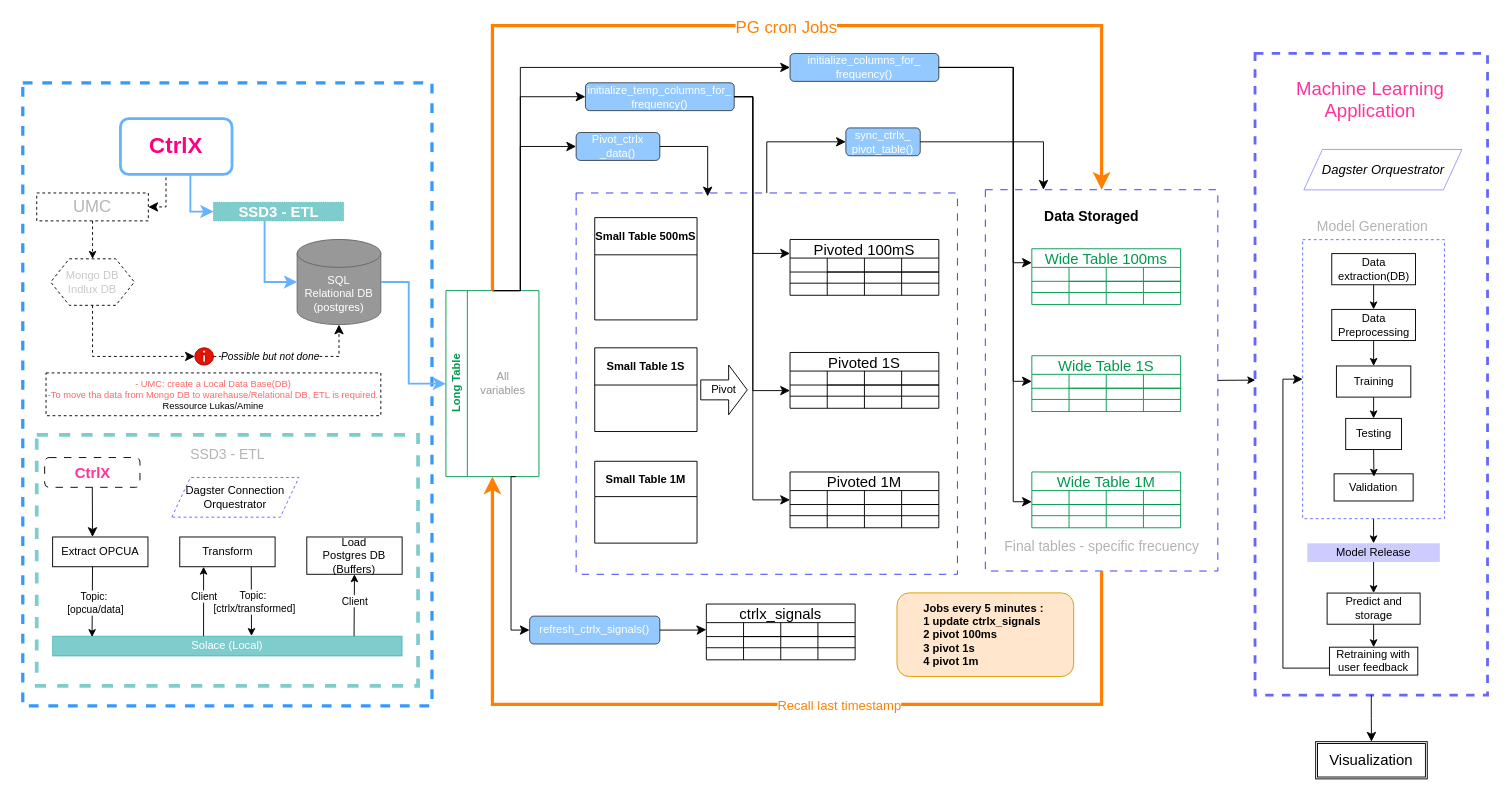
Before: images/dataflows.drawio in manuelcaipocc/etl-data-streaming, a draw.io diagram. Source tidied: cells renumbered, new cells numbered last; positions are measured from the earlier drawing's top-left corner, leaving out a move shared by most shapes. Both pictures are drawn from the tidied source at 93%, with x=0, y=0 at pixel (22, 25).
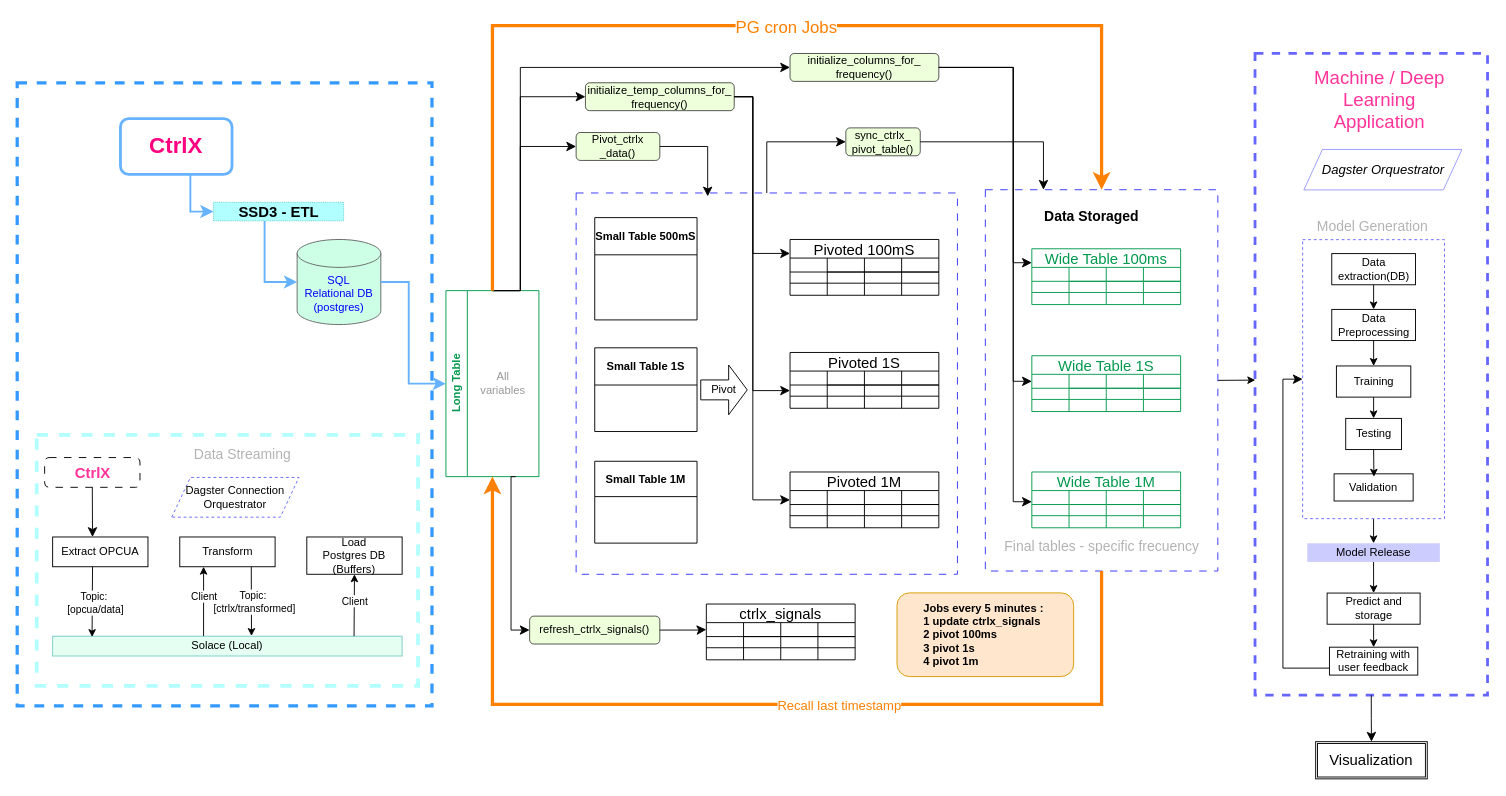
The same page after the edit.

Unchanged cells that the change refers to:
```xml
<mxCell id="131" style="group;" parent="1" vertex="1">
  <mxGeometry x="15" y="440" width="410" height="270" as="geometry" />
</mxCell>
```

Diff of the diagram source:
```diff
@@
+    <mxCell id="3" style="rounded=0;whiteSpace=wrap;html=1;strokeColor=#3399FF;strokeWidth=3.5;dashed=1;" parent="1" vertex="1">
+      <mxGeometry x="-6" y="61.5" width="446" height="670" as="geometry" />
+    </mxCell>
@@
-    <mxCell id="3" style="rounded=0;whiteSpace=wrap;html=1;strokeColor=#3399FF;strokeWidth=3.5;dashed=1;" parent="1" vertex="1">
-      <mxGeometry y="61.5" width="440" height="670" as="geometry" />
-    </mxCell>
@@
-    <mxCell id="79" value="refresh_ctrlx_signals()" style="rounded=1;html=1;fillColor=#66B2FF;whiteSpace=wrap;fontColor=#FFFFFF;opacity=70;" parent="1" vertex="1">
+    <mxCell id="79" value="refresh_ctrlx_signals()" style="rounded=1;html=1;fillColor=#E6FFCC;whiteSpace=wrap;fontColor=#000000;opacity=70;" parent="1" vertex="1">
       <mxGeometry x="545" y="635" width="140" height="30" as="geometry" />
     </mxCell>
-    <mxCell id="80" value="initialize_temp_columns_for_&lt;br&gt;frequency()" style="rounded=1;html=1;fillColor=#66B2FF;whiteSpace=wrap;fontColor=#FFFFFF;opacity=70;" parent="1" vertex="1">
+    <mxCell id="80" value="initialize_temp_columns_for_&lt;br&gt;frequency()" style="rounded=1;html=1;fillColor=#E6FFCC;whiteSpace=wrap;fontColor=#000000;opacity=70;" parent="1" vertex="1">
       <mxGeometry x="605" y="61.5" width="160" height="30" as="geometry" />
     </mxCell>
-    <mxCell id="81" value="initialize_columns_for_&lt;br&gt;frequency()" style="rounded=1;html=1;fillColor=#66B2FF;whiteSpace=wrap;fontColor=#FFFFFF;opacity=70;" parent="1" vertex="1">
+    <mxCell id="81" value="initialize_columns_for_&lt;br&gt;frequency()" style="rounded=1;html=1;fillColor=#E6FFCC;whiteSpace=wrap;fontColor=#000000;opacity=70;" parent="1" vertex="1">
       <mxGeometry x="825" y="30" width="160" height="30" as="geometry" />
     </mxCell>
@@
-    <mxCell id="85" value="Pivot_ctrlx&lt;br&gt;_data()" style="rounded=1;html=1;fillColor=#66B2FF;whiteSpace=wrap;fontColor=#FFFFFF;opacity=70;" parent="1" vertex="1">
+    <mxCell id="85" value="Pivot_ctrlx&lt;br&gt;_data()" style="rounded=1;html=1;fillColor=#E6FFCC;whiteSpace=wrap;fontColor=#000000;opacity=70;" parent="1" vertex="1">
       <mxGeometry x="595" y="115" width="90" height="30" as="geometry" />
     </mxCell>
-    <mxCell id="86" value="sync_ctrlx_&lt;br&gt;pivot_table()" style="rounded=1;html=1;fillColor=#66B2FF;whiteSpace=wrap;fontColor=#FFFFFF;opacity=70;" parent="1" vertex="1">
+    <mxCell id="86" value="sync_ctrlx_&lt;br&gt;pivot_table()" style="rounded=1;html=1;fillColor=#E6FFCC;whiteSpace=wrap;fontColor=#000000;opacity=70;" parent="1" vertex="1">
       <mxGeometry x="885" y="110" width="80" height="30" as="geometry" />
     </mxCell>
@@
-    <mxCell id="94" style="edgeStyle=none;html=1;exitX=0.5;exitY=1;exitDx=0;exitDy=0;entryX=0.5;entryY=0;entryDx=0;entryDy=0;dashed=1;" parent="1" edge="1" source="95" target="96">
-      <mxGeometry relative="1" as="geometry" />
-    </mxCell>
-    <mxCell id="95" value="&lt;font style=&quot;font-size: 18px; color: rgb(181, 181, 181);&quot;&gt;UMC&lt;/font&gt;" style="rounded=0;whiteSpace=wrap;html=1;dashed=1;" parent="1" vertex="1">
-      <mxGeometry x="15" y="180" width="120" height="30" as="geometry" />
-    </mxCell>
-    <mxCell id="96" value="&lt;font style=&quot;color: rgb(201, 201, 201);&quot;&gt;Mongo DB&lt;br&gt;Indlux DB&lt;/font&gt;" style="shape=hexagon;perimeter=hexagonPerimeter2;whiteSpace=wrap;html=1;fixedSize=1;dashed=1;" parent="1" vertex="1">
-      <mxGeometry x="30" y="250.8" width="90" height="50" as="geometry" />
-    </mxCell>
-    <mxCell id="97" value="&lt;font style=&quot;color: rgb(255, 255, 255);&quot;&gt;SQL &lt;br&gt;Relational DB&lt;br&gt;(postgres)&lt;/font&gt;" style="shape=cylinder3;whiteSpace=wrap;html=1;boundedLbl=1;backgroundOutline=1;size=15;fillColor=#989898;fontColor=#333333;strokeColor=#666666;" parent="1" vertex="1">
+    <mxCell id="97" value="&lt;font style=&quot;&quot;&gt;SQL &lt;br&gt;Relational DB&lt;br&gt;(postgres)&lt;/font&gt;" style="shape=cylinder3;whiteSpace=wrap;html=1;boundedLbl=1;backgroundOutline=1;size=15;fillColor=#CCFFE6;fontColor=#0000FF;strokeColor=#666666;" parent="1" vertex="1">
       <mxGeometry x="295" y="230" width="90" height="91.5" as="geometry" />
     </mxCell>
-    <mxCell id="98" value="SSD3 - ETL" style="rounded=0;html=1;fillColor=#009999;strokeColor=#009999;dashed=1;dashPattern=1 1;fontSize=16;fontColor=#FFFFFF;fontStyle=1;opacity=50;" parent="1" vertex="1">
+    <mxCell id="98" value="SSD3 - ETL" style="rounded=0;html=1;fillColor=#66FFFF;strokeColor=#009999;dashed=1;dashPattern=1 1;fontSize=16;fontColor=#000000;fontStyle=1;opacity=50;labelBackgroundColor=none;" parent="1" vertex="1">
       <mxGeometry x="205" y="190" width="140" height="20" as="geometry" />
     </mxCell>
@@
-    <mxCell id="100" style="edgeStyle=elbowEdgeStyle;elbow=horizontal;endArrow=classic;html=1;curved=0;rounded=0;endSize=8;startSize=8;entryX=1;entryY=0.5;entryDx=0;entryDy=0;exitX=0.316;exitY=1.002;exitDx=0;exitDy=0;exitPerimeter=0;dashed=1;" parent="1" edge="1" target="95">
-      <mxGeometry relative="1" as="geometry">
-        <mxPoint x="152.5" y="158.8" as="sourcePoint" />
-        <Array as="points">
-          <mxPoint x="154" y="200" />
-        </Array>
-      </mxGeometry>
-    </mxCell>
@@
-    <mxCell id="102" style="sketch=0;shadow=0;dashed=0;html=1;strokeColor=#B20000;labelPosition=center;verticalLabelPosition=bottom;verticalAlign=top;align=center;fillColor=#e51400;shape=mxgraph.mscae.intune.alerts;fontColor=#ffffff;" parent="1" vertex="1">
-      <mxGeometry x="185" y="346.5" width="20" height="18.5" as="geometry" />
-    </mxCell>
-    <mxCell id="103" style="edgeStyle=elbowEdgeStyle;elbow=horizontal;endArrow=classic;html=1;curved=0;rounded=0;endSize=8;startSize=8;entryX=0;entryY=0.5;entryDx=0;entryDy=0;entryPerimeter=0;dashed=1;exitX=0.5;exitY=1;exitDx=0;exitDy=0;" parent="1" edge="1" source="96" target="102">
-      <mxGeometry relative="1" as="geometry">
-        <Array as="points">
-          <mxPoint x="75" y="330" />
-        </Array>
-      </mxGeometry>
-    </mxCell>
-    <mxCell id="104" style="edgeStyle=elbowEdgeStyle;elbow=horizontal;endArrow=classic;html=1;curved=0;rounded=0;endSize=8;startSize=8;exitX=1;exitY=0.5;exitDx=0;exitDy=0;entryX=0.5;entryY=1;entryDx=0;entryDy=0;entryPerimeter=0;exitPerimeter=0;dashed=1;" parent="1" edge="1" source="102" target="97">
-      <mxGeometry relative="1" as="geometry">
-        <Array as="points">
-          <mxPoint x="340" y="350" />
-        </Array>
-      </mxGeometry>
-    </mxCell>
-    <mxCell id="105" value="&lt;i&gt;Possible but not done&lt;/i&gt;" style="edgeLabel;html=1;align=center;verticalAlign=middle;" parent="104" vertex="1">
-      <mxGeometry x="-0.78" y="2" relative="1" as="geometry">
-        <mxPoint x="41" y="2" as="offset" />
-      </mxGeometry>
-    </mxCell>
-    <mxCell id="106" value="&lt;div&gt;&lt;font style=&quot;color: rgb(255, 102, 102);&quot;&gt;- UMC: create a Local Data Base(DB)&lt;/font&gt;&lt;/div&gt;&lt;div&gt;&lt;span style=&quot;background-color: transparent;&quot;&gt;&lt;font style=&quot;color: rgb(255, 102, 102);&quot;&gt;-To move tha data from Mongo DB to warehause/Relational DB, ETL is required.&lt;/font&gt;&lt;/span&gt;&lt;/div&gt;&lt;div&gt;Ressource Lukas/Amine&lt;/div&gt;" style="rounded=0;whiteSpace=wrap;html=1;dashed=1;fontSize=10;" parent="1" vertex="1">
-      <mxGeometry x="25" y="373.5" width="360" height="46" as="geometry" />
-    </mxCell>
@@
-    <mxCell id="109" value="Machine Learning &lt;br&gt;Application" style="text;html=1;align=center;verticalAlign=middle;whiteSpace=wrap;rounded=0;fontSize=20;fontColor=#FF3399;fillColor=#FFFFFF;gradientColor=none;" parent="1" vertex="1">
-      <mxGeometry x="1354" y="58.5" width="190" height="40" as="geometry" />
+    <mxCell id="109" value="Machine / Deep Learning &lt;br&gt;Application" style="text;html=1;align=center;verticalAlign=middle;whiteSpace=wrap;rounded=0;fontSize=20;fontColor=#FF3399;fillColor=#FFFFFF;gradientColor=none;" parent="1" vertex="1">
+      <mxGeometry x="1364" y="58.5" width="190" height="40" as="geometry" />
     </mxCell>
@@
-    <mxCell id="132" style="rounded=0;whiteSpace=wrap;html=1;dashed=1;strokeColor=#009999;strokeWidth=4;opacity=50;" parent="131" vertex="1">
+    <mxCell id="132" style="rounded=0;whiteSpace=wrap;html=1;dashed=1;strokeColor=#66FFFF;strokeWidth=4;opacity=50;" parent="131" vertex="1">
       <mxGeometry width="410" height="270" as="geometry" />
     </mxCell>
@@
-    <mxCell id="139" value="Solace (Local)" style="rounded=0;whiteSpace=wrap;html=1;fillColor=#009999;strokeColor=#009999;fontColor=#FFFFFF;gradientColor=none;opacity=50;" parent="131" vertex="1">
+    <mxCell id="139" value="Solace (Local)" style="rounded=0;whiteSpace=wrap;html=1;fillColor=#CCFFE6;strokeColor=#009999;fontColor=#000000;gradientColor=none;opacity=50;" parent="131" vertex="1">
       <mxGeometry x="17.1" y="216.6" width="375.8" height="21.3" as="geometry" />
     </mxCell>
@@
-    <mxCell id="148" value="SSD3 - ETL" style="text;strokeColor=none;fillColor=none;html=1;verticalAlign=middle;align=center;fontColor=#B3B3B3;fontSize=15;" parent="131" vertex="1">
-      <mxGeometry x="108.7" y="6" width="192.5" height="30" as="geometry" />
+    <mxCell id="148" value="Data Streaming" style="text;strokeColor=none;fillColor=none;html=1;verticalAlign=middle;align=center;fontColor=#B3B3B3;fontSize=15;" parent="131" vertex="1">
+      <mxGeometry x="140" y="6" width="161.2" height="30" as="geometry" />
     </mxCell>
```
